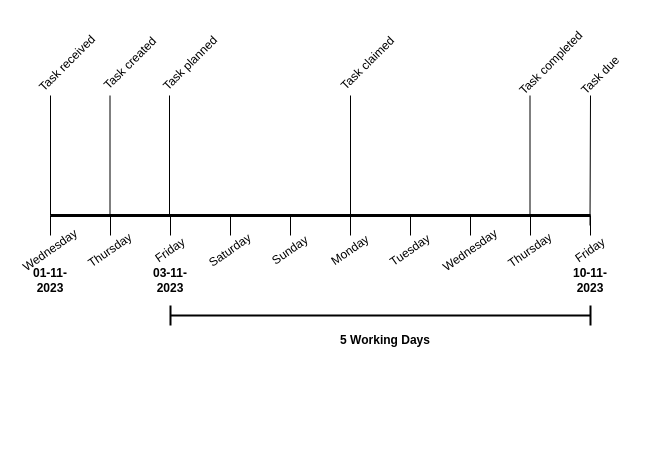
ryzheboka/taskana-doc keeps this draw.io diagram as docs/user-guide/static/core-concepts/TimelineTask.drawio. Above is the earlier version. Source tidied: cells renumbered, new cells numbered last; positions are measured from the earlier drawing's top-left corner, leaving out a move shared by most shapes. Both pictures are drawn from the tidied source at 100%, with x=0, y=0 at pixel (20, 48).
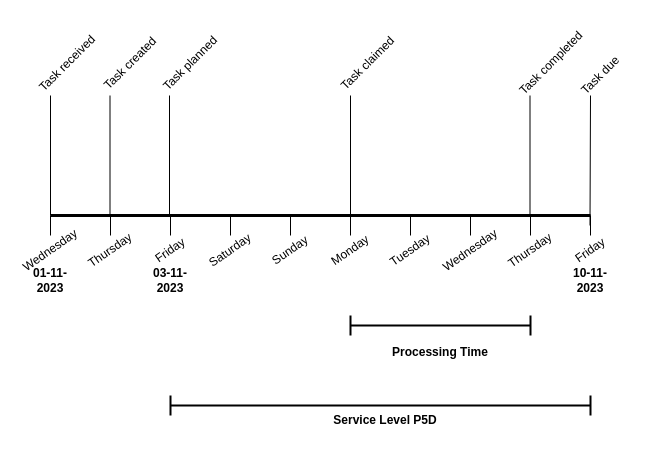
The same diagram, later.

Commit message (it also covers changes not shown here):
Closes #23 - create task lifecycle article

The edit, as a diff of the source:
```diff
@@
     <mxCell id="32" style="shape=crossbar;whiteSpace=wrap;html=1;rounded=1;strokeWidth=2;" parent="1" vertex="1">
-      <mxGeometry x="150" y="257" width="420" height="20" as="geometry" />
+      <mxGeometry x="150" y="347" width="420" height="20" as="geometry" />
     </mxCell>
-    <mxCell id="33" value="&lt;b&gt;5 Working Days&lt;/b&gt;" style="text;html=1;strokeColor=none;fillColor=none;align=center;verticalAlign=middle;whiteSpace=wrap;rounded=0;" parent="1" vertex="1">
-      <mxGeometry x="304.8" y="277" width="120" height="30" as="geometry" />
+    <mxCell id="33" value="&lt;b&gt;Service Level P5D&lt;br&gt;&lt;/b&gt;" style="text;html=1;strokeColor=none;fillColor=none;align=center;verticalAlign=middle;whiteSpace=wrap;rounded=0;" parent="1" vertex="1">
+      <mxGeometry x="304.8" y="357" width="120" height="30" as="geometry" />
     </mxCell>
@@
+    <mxCell id="40" style="shape=crossbar;whiteSpace=wrap;html=1;rounded=1;strokeWidth=2;" parent="1" vertex="1">
+      <mxGeometry x="330" y="267" width="180" height="20" as="geometry" />
+    </mxCell>
+    <mxCell id="41" value="&lt;b&gt;&lt;font style=&quot;font-size: 12px;&quot;&gt;Processing Time&lt;/font&gt;&lt;/b&gt;" style="text;html=1;strokeColor=none;fillColor=none;align=center;verticalAlign=middle;whiteSpace=wrap;rounded=0;fontSize=16;" parent="1" vertex="1">
+      <mxGeometry x="355" y="287" width="130" height="30" as="geometry" />
+    </mxCell>
```
